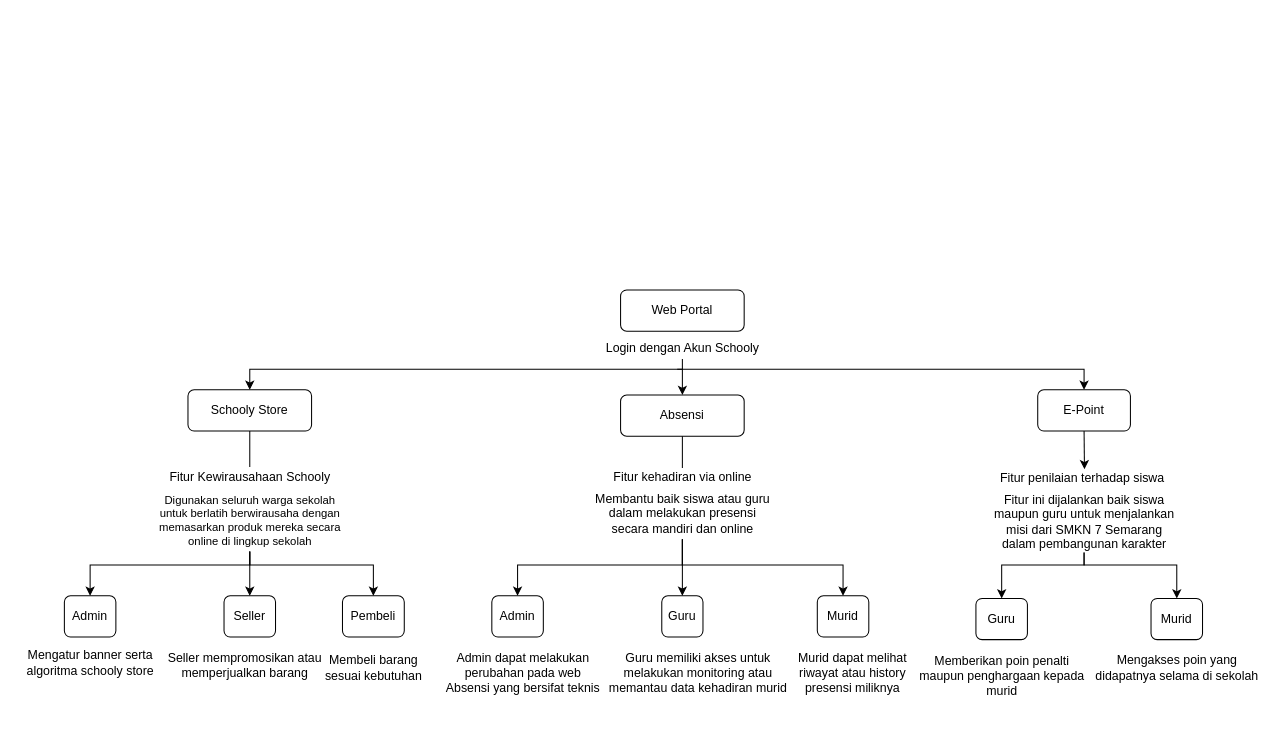
This is Diagram Alur Kerja.drawio from Bilnapis/chartschooly, a draw.io file, before an edit. Source tidied: cells renumbered, new cells numbered last; positions are measured from the earlier drawing's top-left corner, leaving out a move shared by most shapes. Both pictures are drawn from the tidied source at 103%, with x=0, y=0 at pixel (18, 289).
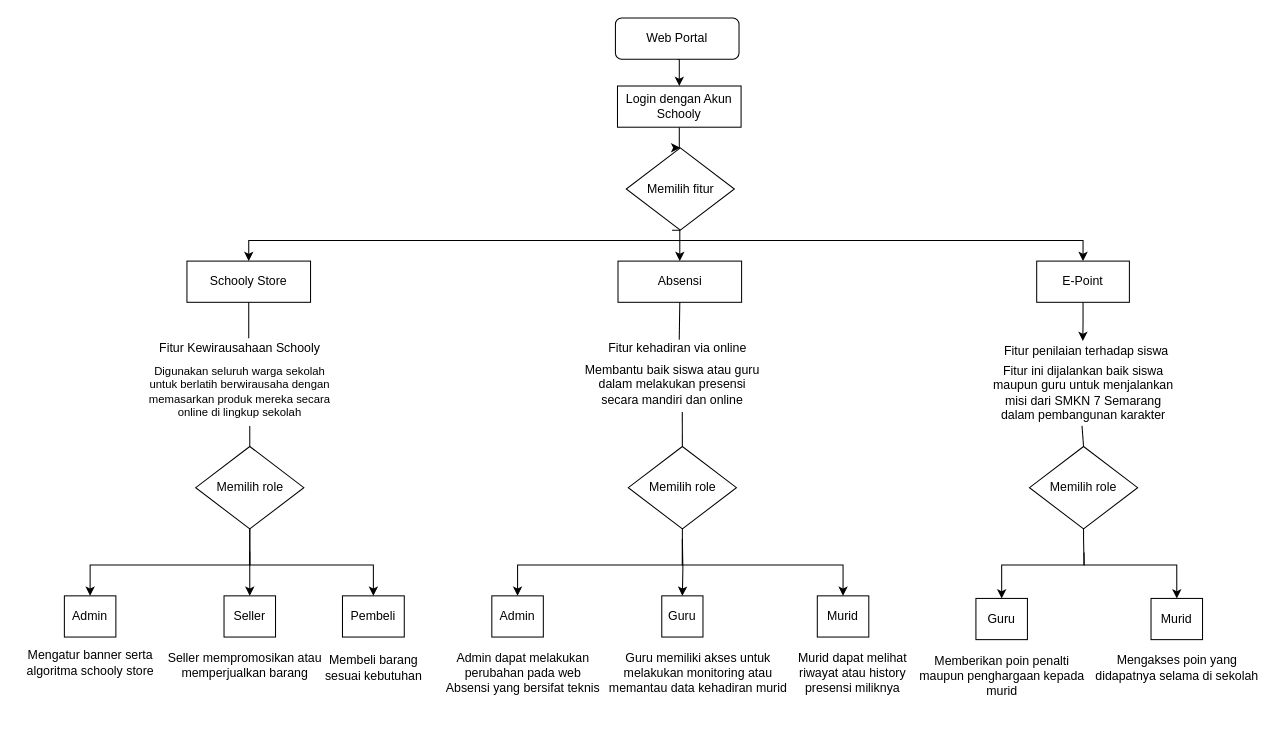
After the change.

Commit message:
Mengganti bangun datar

Diff of the diagram source:
```diff
@@
     <mxCell id="2" style="edgeStyle=orthogonalEdgeStyle;rounded=0;jettySize=auto;html=1;entryX=0.5;entryY=0;entryDx=0;entryDy=0;" parent="1" edge="1" target="7">
       <mxGeometry relative="1" as="geometry">
-        <mxPoint x="640" y="77" as="sourcePoint" />
+        <mxPoint x="630" y="-48" as="sourcePoint" />
         <Array as="points">
-          <mxPoint x="701" y="77" />
-          <mxPoint x="1035" y="77" />
+          <mxPoint x="691" y="-48" />
+          <mxPoint x="1025" y="-48" />
         </Array>
       </mxGeometry>
     </mxCell>
     <mxCell id="3" style="edgeStyle=orthogonalEdgeStyle;rounded=0;jettySize=auto;html=1;entryX=0.5;entryY=0;entryDx=0;entryDy=0;" parent="1" edge="1" target="5">
       <mxGeometry relative="1" as="geometry">
-        <mxPoint x="645" y="77" as="sourcePoint" />
+        <mxPoint x="635" y="-48" as="sourcePoint" />
         <Array as="points">
-          <mxPoint x="585" y="77" />
-          <mxPoint x="225" y="77" />
+          <mxPoint x="575" y="-48" />
+          <mxPoint x="215" y="-48" />
         </Array>
       </mxGeometry>
     </mxCell>
+    <mxCell id="43" style="edgeStyle=orthogonalEdgeStyle;rounded=0;jettySize=auto;html=1;exitX=0.5;exitY=1;exitDx=0;exitDy=0;entryX=0.5;entryY=0;entryDx=0;entryDy=0;" parent="1" edge="1" source="4" target="18">
+      <mxGeometry relative="1" as="geometry" />
+    </mxCell>
     <mxCell id="4" value="Web Portal" style="rounded=1;whiteSpace=wrap;html=1;fontSize=12;glass=0;strokeWidth=1;shadow=0;" parent="1" vertex="1">
-      <mxGeometry x="585" width="120" height="40" as="geometry" />
+      <mxGeometry x="580" y="-264" width="120" height="40" as="geometry" />
     </mxCell>
-    <mxCell id="5" value="Schooly Store" style="rounded=1;whiteSpace=wrap;html=1;fontSize=12;glass=0;strokeWidth=1;shadow=0;" parent="1" vertex="1">
-      <mxGeometry x="165" y="97" width="120" height="40" as="geometry" />
+    <mxCell id="5" value="Schooly Store" style="rounded=0;whiteSpace=wrap;html=1;fontSize=12;glass=0;strokeWidth=1;shadow=0;" parent="1" vertex="1">
+      <mxGeometry x="164" y="-28" width="120" height="40" as="geometry" />
     </mxCell>
-    <mxCell id="6" style="edgeStyle=orthogonalEdgeStyle;rounded=0;jettySize=auto;html=1;exitX=0.5;exitY=1;exitDx=0;exitDy=0;entryX=0.514;entryY=0.051;entryDx=0;entryDy=0;entryPerimeter=0;" parent="1" edge="1" source="7" target="21">
+    <mxCell id="6" style="edgeStyle=orthogonalEdgeStyle;rounded=0;jettySize=auto;html=1;entryX=0.481;entryY=-0.02;entryDx=0;entryDy=0;entryPerimeter=0;" parent="1" edge="1" source="7" target="21">
       <mxGeometry relative="1" as="geometry" />
     </mxCell>
-    <mxCell id="7" value="E-Point" style="rounded=1;whiteSpace=wrap;html=1;fontSize=12;glass=0;strokeWidth=1;shadow=0;" parent="1" vertex="1">
-      <mxGeometry x="990" y="97" width="90" height="40" as="geometry" />
+    <mxCell id="7" value="E-Point" style="rounded=0;whiteSpace=wrap;html=1;fontSize=12;glass=0;strokeWidth=1;shadow=0;" parent="1" vertex="1">
+      <mxGeometry x="989" y="-28" width="90" height="40" as="geometry" />
     </mxCell>
-    <mxCell id="8" value="Absensi" style="rounded=1;whiteSpace=wrap;html=1;fontSize=12;glass=0;strokeWidth=1;shadow=0;" parent="1" vertex="1">
-      <mxGeometry x="585" y="102" width="120" height="40" as="geometry" />
+    <mxCell id="8" value="Absensi" style="rounded=0&#10;;whiteSpace=wrap;html=1;fontSize=12;glass=0;strokeWidth=1;shadow=0;" parent="1" vertex="1">
+      <mxGeometry x="582.5" y="-28" width="120" height="40" as="geometry" />
     </mxCell>
-    <mxCell id="9" value="Seller" style="rounded=1;whiteSpace=wrap;html=1;fontSize=12;glass=0;strokeWidth=1;shadow=0;" parent="1" vertex="1">
+    <mxCell id="9" value="Seller" style="rounded=0;whiteSpace=wrap;html=1;fontSize=12;glass=0;strokeWidth=1;shadow=0;" parent="1" vertex="1">
       <mxGeometry x="200" y="297" width="50" height="40" as="geometry" />
     </mxCell>
-    <mxCell id="10" value="Pembeli" style="rounded=1;whiteSpace=wrap;html=1;fontSize=12;glass=0;strokeWidth=1;shadow=0;" parent="1" vertex="1">
+    <mxCell id="10" value="Pembeli" style="rounded=0;whiteSpace=wrap;html=1;fontSize=12;glass=0;strokeWidth=1;shadow=0;" parent="1" vertex="1">
       <mxGeometry x="315" y="297" width="60" height="40" as="geometry" />
     </mxCell>
-    <mxCell id="11" value="Admin" style="rounded=1;whiteSpace=wrap;html=1;fontSize=12;glass=0;strokeWidth=1;shadow=0;" parent="1" vertex="1">
+    <mxCell id="11" value="Admin" style="rounded=0;whiteSpace=wrap;html=1;fontSize=12;glass=0;strokeWidth=1;shadow=0;" parent="1" vertex="1">
       <mxGeometry x="45" y="297" width="50" height="40" as="geometry" />
     </mxCell>
-    <mxCell id="12" value="Guru" style="rounded=1;whiteSpace=wrap;html=1;fontSize=12;glass=0;strokeWidth=1;shadow=0;" parent="1" vertex="1">
+    <mxCell id="12" value="Guru" style="rounded=0;whiteSpace=wrap;html=1;fontSize=12;glass=0;strokeWidth=1;shadow=0;" parent="1" vertex="1">
       <mxGeometry x="625" y="297" width="40" height="40" as="geometry" />
     </mxCell>
-    <mxCell id="13" value="Admin" style="rounded=1;whiteSpace=wrap;html=1;fontSize=12;glass=0;strokeWidth=1;shadow=0;" parent="1" vertex="1">
+    <mxCell id="13" value="Admin" style="rounded=0;whiteSpace=wrap;html=1;fontSize=12;glass=0;strokeWidth=1;shadow=0;" parent="1" vertex="1">
       <mxGeometry x="460" y="297" width="50" height="40" as="geometry" />
     </mxCell>
-    <mxCell id="14" value="Murid" style="rounded=1;whiteSpace=wrap;html=1;fontSize=12;glass=0;strokeWidth=1;shadow=0;" parent="1" vertex="1">
+    <mxCell id="14" value="Murid" style="rounded=0;whiteSpace=wrap;html=1;fontSize=12;glass=0;strokeWidth=1;shadow=0;" parent="1" vertex="1">
       <mxGeometry x="776" y="297" width="50" height="40" as="geometry" />
     </mxCell>
-    <mxCell id="15" value="Guru" style="rounded=1;whiteSpace=wrap;html=1;fontSize=12;glass=0;strokeWidth=1;shadow=0;" parent="1" vertex="1">
+    <mxCell id="15" value="Guru" style="rounded=0;whiteSpace=wrap;html=1;fontSize=12;glass=0;strokeWidth=1;shadow=0;" parent="1" vertex="1">
       <mxGeometry x="930" y="299.5" width="50" height="40" as="geometry" />
     </mxCell>
-    <mxCell id="16" value="Murid" style="rounded=1;whiteSpace=wrap;html=1;fontSize=12;glass=0;strokeWidth=1;shadow=0;" parent="1" vertex="1">
+    <mxCell id="16" value="Murid" style="rounded=0;whiteSpace=wrap;html=1;fontSize=12;glass=0;strokeWidth=1;shadow=0;" parent="1" vertex="1">
       <mxGeometry x="1100" y="299.5" width="50" height="40" as="geometry" />
     </mxCell>
-    <mxCell id="17" style="edgeStyle=orthogonalEdgeStyle;rounded=0;jettySize=auto;html=1;entryX=0.5;entryY=0;entryDx=0;entryDy=0;" parent="1" edge="1" source="18" target="8">
-      <mxGeometry relative="1" as="geometry" />
+    <mxCell id="17" style="edgeStyle=orthogonalEdgeStyle;rounded=0;jettySize=auto;html=1;entryX=0.5;entryY=0;entryDx=0;entryDy=0;" parent="1" edge="1" target="8">
+      <mxGeometry relative="1" as="geometry">
+        <mxPoint x="635" y="-58" as="sourcePoint" />
+      </mxGeometry>
     </mxCell>
-    <mxCell id="18" value="Login dengan Akun Schooly " style="text;html=1;align=center;verticalAlign=middle;points=[];strokeColor=none;" parent="1" vertex="1">
-      <mxGeometry x="565" y="47" width="160" height="20" as="geometry" />
-    </mxCell>
     <mxCell id="19" value="Fitur Kewirausahaan Schooly" style="text;html=1;align=center;verticalAlign=middle;points=[];strokeColor=none;" parent="1" vertex="1">
-      <mxGeometry x="140" y="172" width="170" height="20" as="geometry" />
+      <mxGeometry x="130" y="47" width="170" height="20" as="geometry" />
     </mxCell>
     <mxCell id="20" value="Fitur kehadiran via online" style="text;html=1;align=center;verticalAlign=middle;points=[];strokeColor=none;" parent="1" vertex="1">
-      <mxGeometry x="575" y="172" width="140" height="20" as="geometry" />
+      <mxGeometry x="570" y="47" width="140" height="20" as="geometry" />
     </mxCell>
     <mxCell id="21" value="Fitur penilaian terhadap siswa" style="text;html=1;align=center;verticalAlign=middle;points=[];strokeColor=none;" parent="1" vertex="1">
-      <mxGeometry x="948" y="173" width="170" height="20" as="geometry" />
+      <mxGeometry x="952" y="50" width="170" height="20" as="geometry" />
     </mxCell>
-    <mxCell id="22" style="edgeStyle=orthogonalEdgeStyle;rounded=0;jettySize=auto;html=1;entryX=0.5;entryY=0;entryDx=0;entryDy=0;" parent="1" edge="1" source="24" target="15">
+    <mxCell id="22" style="edgeStyle=orthogonalEdgeStyle;rounded=0;jettySize=auto;html=1;entryX=0.5;entryY=0;entryDx=0;entryDy=0;" parent="1" edge="1" target="15">
       <mxGeometry relative="1" as="geometry">
+        <mxPoint x="1035" y="255" as="sourcePoint" />
         <Array as="points">
           <mxPoint x="1035" y="267" />
           <mxPoint x="955" y="267" />
         </Array>
       </mxGeometry>
     </mxCell>
-    <mxCell id="23" style="edgeStyle=orthogonalEdgeStyle;rounded=0;jettySize=auto;html=1;entryX=0.5;entryY=0;entryDx=0;entryDy=0;" parent="1" edge="1" source="24" target="16">
+    <mxCell id="23" style="edgeStyle=orthogonalEdgeStyle;rounded=0;jettySize=auto;html=1;entryX=0.5;entryY=0;entryDx=0;entryDy=0;exitX=0.5;exitY=1;exitDx=0;exitDy=0;" parent="1" edge="1" source="48" target="16">
       <mxGeometry relative="1" as="geometry">
         <Array as="points">
+          <mxPoint x="1035" y="242" />
           <mxPoint x="1035" y="267" />
           <mxPoint x="1125" y="267" />
         </Array>
       </mxGeometry>
     </mxCell>
     <mxCell id="24" value="&lt;div&gt;Fitur ini dijalankan baik siswa&lt;/div&gt;&lt;div&gt;maupun guru&amp;nbsp;&lt;span&gt;untuk menjalankan&lt;/span&gt;&lt;/div&gt;&lt;div&gt;&lt;span&gt;misi dari&amp;nbsp;&lt;/span&gt;&lt;span&gt;SMKN 7 Semarang&lt;/span&gt;&lt;/div&gt;&lt;div&gt;dalam pembangunan karakter&lt;br&gt;&lt;/div&gt;" style="text;html=1;align=center;verticalAlign=middle;points=[];strokeColor=none;" parent="1" vertex="1">
-      <mxGeometry x="940" y="195" width="190" height="60" as="geometry" />
+      <mxGeometry x="939" y="70" width="190" height="60" as="geometry" />
     </mxCell>
-    <mxCell id="25" style="edgeStyle=orthogonalEdgeStyle;rounded=0;jettySize=auto;html=1;entryX=0.5;entryY=0;entryDx=0;entryDy=0;" parent="1" edge="1" source="28" target="14">
+    <mxCell id="25" style="edgeStyle=orthogonalEdgeStyle;rounded=0;jettySize=auto;html=1;entryX=0.5;entryY=0;entryDx=0;entryDy=0;" parent="1" edge="1" target="14">
       <mxGeometry relative="1" as="geometry">
+        <mxPoint x="645" y="242" as="sourcePoint" />
         <Array as="points">
           <mxPoint x="645" y="267" />
           <mxPoint x="801" y="267" />
         </Array>
       </mxGeometry>
     </mxCell>
-    <mxCell id="26" style="edgeStyle=orthogonalEdgeStyle;rounded=0;jettySize=auto;html=1;entryX=0.5;entryY=0;entryDx=0;entryDy=0;" parent="1" edge="1" source="28" target="12">
-      <mxGeometry relative="1" as="geometry" />
+    <mxCell id="26" style="edgeStyle=orthogonalEdgeStyle;rounded=0;jettySize=auto;html=1;entryX=0.5;entryY=0;entryDx=0;entryDy=0;" parent="1" edge="1" target="12">
+      <mxGeometry relative="1" as="geometry">
+        <mxPoint x="645" y="242" as="sourcePoint" />
+      </mxGeometry>
     </mxCell>
-    <mxCell id="27" style="edgeStyle=orthogonalEdgeStyle;rounded=0;jettySize=auto;html=1;entryX=0.5;entryY=0;entryDx=0;entryDy=0;" parent="1" edge="1" source="28" target="13">
+    <mxCell id="27" style="edgeStyle=orthogonalEdgeStyle;rounded=0;jettySize=auto;html=1;entryX=0.5;entryY=0;entryDx=0;entryDy=0;exitX=0.5;exitY=1;exitDx=0;exitDy=0;" parent="1" edge="1" source="47" target="13">
       <mxGeometry relative="1" as="geometry">
         <Array as="points">
+          <mxPoint x="645" y="232" />
           <mxPoint x="645" y="267" />
           <mxPoint x="485" y="267" />
         </Array>
       </mxGeometry>
     </mxCell>
     <mxCell id="28" value="&lt;div&gt;Membantu baik siswa atau guru&lt;/div&gt;&lt;div&gt;dalam melakukan presensi&lt;/div&gt;&lt;div&gt;secara mandiri dan online&lt;br&gt;&lt;/div&gt;" style="text;html=1;align=center;verticalAlign=middle;points=[];strokeColor=none;" parent="1" vertex="1">
-      <mxGeometry x="555" y="192" width="180" height="50" as="geometry" />
+      <mxGeometry x="545" y="67" width="180" height="50" as="geometry" />
     </mxCell>
-    <mxCell id="29" style="edgeStyle=orthogonalEdgeStyle;rounded=0;jettySize=auto;html=1;entryX=0.5;entryY=0;entryDx=0;entryDy=0;" parent="1" edge="1" source="32" target="11">
+    <mxCell id="29" style="edgeStyle=orthogonalEdgeStyle;rounded=0;jettySize=auto;html=1;entryX=0.5;entryY=0;entryDx=0;entryDy=0;" parent="1" edge="1" target="11">
       <mxGeometry relative="1" as="geometry">
+        <mxPoint x="225" y="254" as="sourcePoint" />
         <Array as="points">
           <mxPoint x="225" y="267" />
           <mxPoint x="70" y="267" />
         </Array>
       </mxGeometry>
     </mxCell>
-    <mxCell id="30" style="edgeStyle=orthogonalEdgeStyle;rounded=0;jettySize=auto;html=1;entryX=0.5;entryY=0;entryDx=0;entryDy=0;" parent="1" edge="1" source="32" target="9">
-      <mxGeometry relative="1" as="geometry" />
+    <mxCell id="30" style="edgeStyle=orthogonalEdgeStyle;rounded=0;jettySize=auto;html=1;entryX=0.5;entryY=0;entryDx=0;entryDy=0;" parent="1" edge="1" target="9">
+      <mxGeometry relative="1" as="geometry">
+        <mxPoint x="225" y="232" as="sourcePoint" />
+        <Array as="points">
+          <mxPoint x="225" y="282" />
+          <mxPoint x="225" y="282" />
+        </Array>
+      </mxGeometry>
     </mxCell>
-    <mxCell id="31" style="edgeStyle=orthogonalEdgeStyle;rounded=0;jettySize=auto;html=1;" parent="1" edge="1" source="32" target="10">
+    <mxCell id="31" style="edgeStyle=orthogonalEdgeStyle;rounded=0;jettySize=auto;html=1;exitX=0.5;exitY=1;exitDx=0;exitDy=0;" parent="1" edge="1" source="46" target="10">
       <mxGeometry relative="1" as="geometry">
         <Array as="points">
           <mxPoint x="225" y="267" />
           <mxPoint x="345" y="267" />
         </Array>
       </mxGeometry>
     </mxCell>
     <mxCell id="32" value="&lt;div style=&quot;font-size: 11px&quot;&gt;&lt;font style=&quot;font-size: 11px&quot;&gt;Digunakan seluruh warga sekolah &lt;br&gt;&lt;/font&gt;&lt;/div&gt;&lt;div style=&quot;font-size: 11px&quot;&gt;&lt;font style=&quot;font-size: 11px&quot;&gt;untuk berlatih berwirausaha dengan &lt;br&gt;&lt;/font&gt;&lt;/div&gt;&lt;div style=&quot;font-size: 11px&quot;&gt;&lt;font style=&quot;font-size: 11px&quot;&gt;memasarkan produk mereka secara &lt;br&gt;&lt;/font&gt;&lt;/div&gt;&lt;div style=&quot;font-size: 11px&quot;&gt;&lt;font style=&quot;font-size: 11px&quot;&gt;online di lingkup sekolah&lt;br&gt;&lt;/font&gt;&lt;/div&gt;" style="text;html=1;align=center;verticalAlign=middle;points=[];strokeColor=none;" parent="1" vertex="1">
-      <mxGeometry x="125" y="194" width="200" height="60" as="geometry" />
+      <mxGeometry x="115" y="69" width="200" height="60" as="geometry" />
     </mxCell>
-    <mxCell id="33" style="endArrow=none;html=1;strokeColor=#000000;entryX=0.5;entryY=1;entryDx=0;entryDy=0;" parent="1" edge="1" source="19" target="5">
-      <mxGeometry relative="1" as="geometry" />
+    <mxCell id="33" style="endArrow=none;html=1;strokeColor=#000000;entryX=0.5;entryY=1;entryDx=0;entryDy=0;" parent="1" edge="1">
+      <mxGeometry relative="1" as="geometry">
+        <mxPoint x="224" y="47" as="sourcePoint" />
+        <mxPoint x="224" y="12" as="targetPoint" />
+      </mxGeometry>
     </mxCell>
-    <mxCell id="34" style="endArrow=none;html=1;exitX=0.5;exitY=0.044;exitDx=0;exitDy=0;exitPerimeter=0;entryX=0.5;entryY=1;entryDx=0;entryDy=0;" parent="1" edge="1" source="20" target="8">
+    <mxCell id="34" style="endArrow=none;html=1;exitX=0.514;exitY=0.069;exitDx=0;exitDy=0;exitPerimeter=0;entryX=0.5;entryY=1;entryDx=0;entryDy=0;" parent="1" edge="1" source="20" target="8">
       <mxGeometry relative="1" as="geometry" />
     </mxCell>
@@
+    <mxCell id="44" style="edgeStyle=orthogonalEdgeStyle;rounded=0;jettySize=auto;html=1;entryX=0.5;entryY=0;entryDx=0;entryDy=0;" parent="1" edge="1" source="18" target="45">
+      <mxGeometry relative="1" as="geometry" />
+    </mxCell>
+    <mxCell id="18" value="Login dengan Akun Schooly " style="rounded=0;whiteSpace=wrap;html=1;" parent="1" vertex="1">
+      <mxGeometry x="582" y="-198" width="120" height="40" as="geometry" />
+    </mxCell>
+    <mxCell id="45" value="Memilih fitur" style="rhombus;whiteSpace=wrap;html=1;" parent="1" vertex="1">
+      <mxGeometry x="590.5" y="-138" width="105" height="80" as="geometry" />
+    </mxCell>
+    <mxCell id="46" value="Memilih role" style="rhombus;whiteSpace=wrap;html=1;" parent="1" vertex="1">
+      <mxGeometry x="172.5" y="152" width="105" height="80" as="geometry" />
+    </mxCell>
+    <mxCell id="47" value="Memilih role" style="rhombus;whiteSpace=wrap;html=1;" parent="1" vertex="1">
+      <mxGeometry x="592.5" y="152" width="105" height="80" as="geometry" />
+    </mxCell>
+    <mxCell id="48" value="Memilih role" style="rhombus;whiteSpace=wrap;html=1;" parent="1" vertex="1">
+      <mxGeometry x="982" y="152" width="105" height="80" as="geometry" />
+    </mxCell>
+    <mxCell id="49" style="endArrow=none;html=1;exitX=0.5;exitY=0;exitDx=0;exitDy=0;" parent="1" edge="1">
+      <mxGeometry relative="1" as="geometry">
+        <mxPoint x="225" y="152" as="sourcePoint" />
+        <mxPoint x="225" y="132" as="targetPoint" />
+      </mxGeometry>
+    </mxCell>
+    <mxCell id="50" style="endArrow=none;html=1;exitX=0.5;exitY=0;exitDx=0;exitDy=0;entryX=0.555;entryY=1.029;entryDx=0;entryDy=0;entryPerimeter=0;" parent="1" edge="1" source="47" target="28">
+      <mxGeometry relative="1" as="geometry" />
+    </mxCell>
+    <mxCell id="51" style="endArrow=none;html=1;exitX=0.5;exitY=0;exitDx=0;exitDy=0;" parent="1" edge="1" source="48">
+      <mxGeometry relative="1" as="geometry">
+        <mxPoint x="1033" y="132" as="targetPoint" />
+      </mxGeometry>
+    </mxCell>
```
